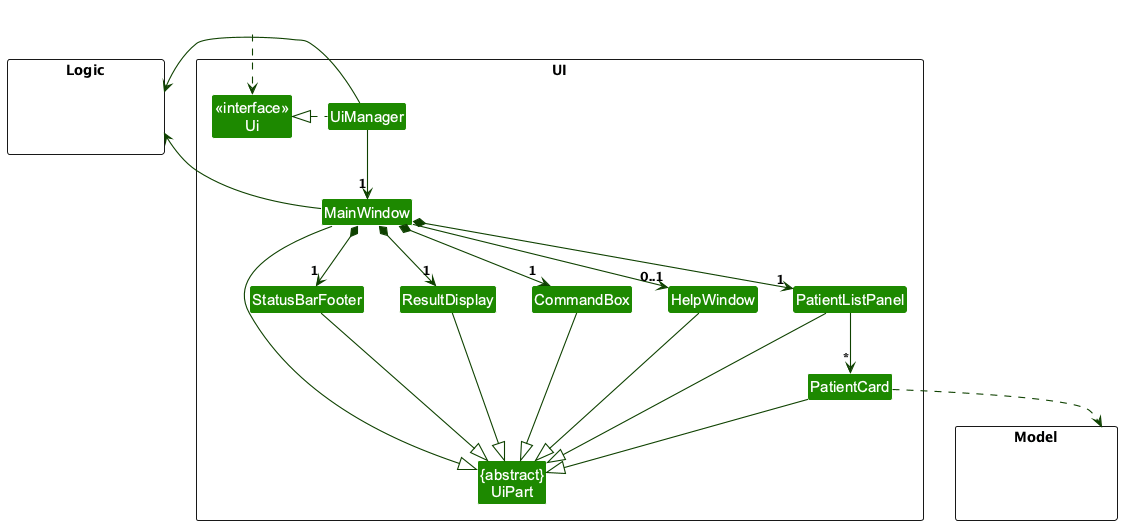
Above: docs/images/UiClassDiagram.png in alieron/tp (PlantUML), before the change.
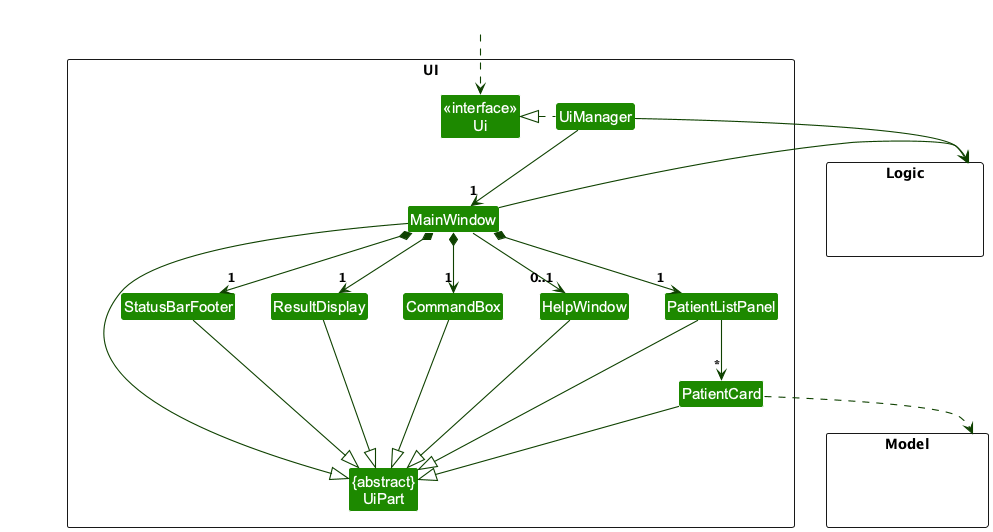
The same diagram one commit later.

The edit, as a diff of the source:
```diff
@@ -49,7 +49,7 @@
 
 PatientCard ..> Model
 UiManager -right-> Logic
-MainWindow -left-> Logic
+MainWindow -right-> Logic
 
 PatientListPanel -[hidden]left- HelpWindow
 HelpWindow -[hidden]left- CommandBox
```
